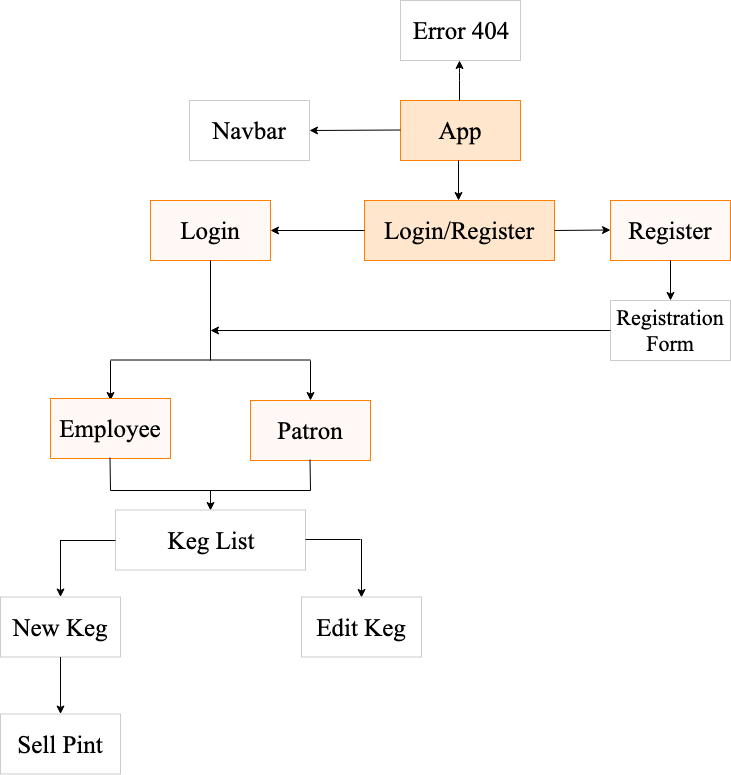
svitlanaf/React-Taproom keeps this draw.io diagram as app_components_structure.png. Above is the earlier version. Source tidied: cells renumbered, new cells last; positions are measured from the earlier drawing's top-left corner, leaving out a move shared by most shapes.
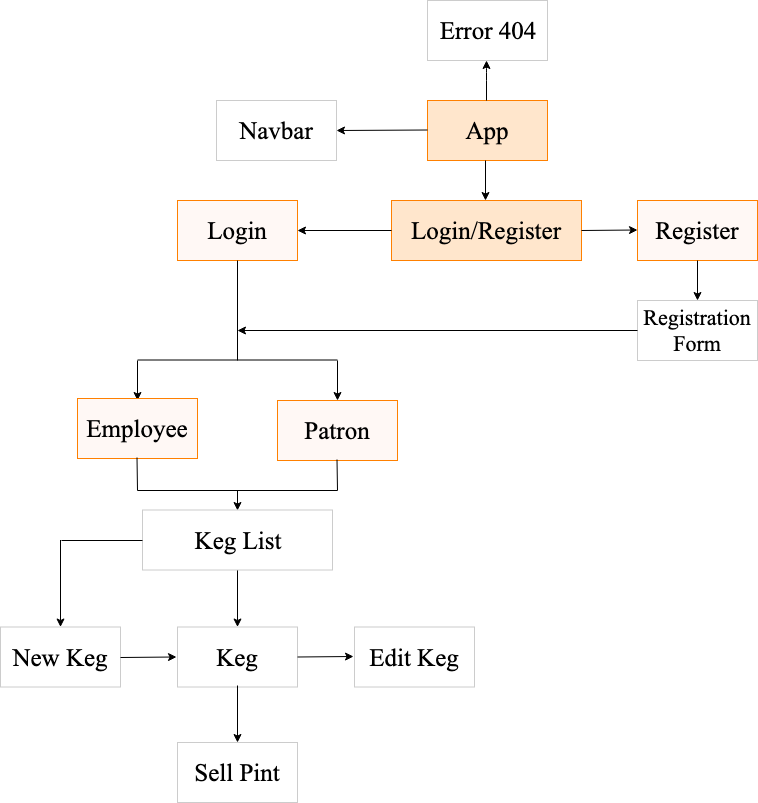
Above is the later version.

Commit message:
Add keg component, modified components tree

Diff of the diagram source:
```diff
@@ -132,7 +132,7 @@
     </mxCell>
     <mxCell id="25" style="edgeStyle=orthogonalEdgeStyle;rounded=0;jettySize=auto;html=1;" parent="1" edge="1" target="28">
       <mxGeometry relative="1" as="geometry">
-        <mxPoint x="60" y="539.5" as="sourcePoint" />
+        <mxPoint x="210" y="569.5" as="sourcePoint" />
       </mxGeometry>
     </mxCell>
     <mxCell id="26" value="&lt;font face=&quot;Times New Roman&quot;&gt;&lt;span style=&quot;font-size: 25px&quot;&gt;Keg List&lt;/span&gt;&lt;/font&gt;&lt;br&gt;" style="rounded=0;whiteSpace=wrap;html=1;strokeColor=#CCCCCC;" parent="1" vertex="1">
@@ -143,38 +143,44 @@
         <mxPoint x="610" y="229.5" as="targetPoint" />
       </mxGeometry>
     </mxCell>
-    <mxCell id="28" value="&lt;font face=&quot;Times New Roman&quot; style=&quot;font-size: 25px&quot;&gt;New Keg&lt;/font&gt;" style="rounded=0;whiteSpace=wrap;html=1;fillColor=#FFFFFF;strokeColor=#CCCCCC;" parent="1" vertex="1">
-      <mxGeometry y="596.5" width="120" height="60" as="geometry" />
+    <mxCell id="28" value="&lt;font face=&quot;Times New Roman&quot; style=&quot;font-size: 25px&quot;&gt;Keg&lt;/font&gt;" style="rounded=0;whiteSpace=wrap;html=1;fillColor=#FFFFFF;strokeColor=#CCCCCC;" parent="1" vertex="1">
+      <mxGeometry x="150" y="626.5" width="120" height="60" as="geometry" />
     </mxCell>
-    <mxCell id="29" style="endArrow=classic;html=1;entryX=0.5;entryY=0;entryDx=0;entryDy=0;" parent="1" edge="1" target="30">
-      <mxGeometry relative="1" as="geometry">
-        <mxPoint x="361" y="538.5" as="sourcePoint" />
-        <Array as="points">
-          <mxPoint x="361" y="538.5" />
-        </Array>
-      </mxGeometry>
-    </mxCell>
     <mxCell id="30" value="&lt;font face=&quot;Times New Roman&quot; style=&quot;font-size: 25px&quot;&gt;Edit Keg&lt;/font&gt;" style="rounded=0;whiteSpace=wrap;html=1;fillColor=#FFFFFF;strokeColor=#CCCCCC;" parent="1" vertex="1">
-      <mxGeometry x="301" y="596.5" width="120" height="60" as="geometry" />
+      <mxGeometry x="327" y="626.5" width="120" height="60" as="geometry" />
     </mxCell>
     <mxCell id="31" style="endArrow=none;html=1;entryX=0;entryY=0.5;entryDx=0;entryDy=0;" parent="1" edge="1" target="26">
       <mxGeometry relative="1" as="geometry">
-        <mxPoint x="60" y="540" as="sourcePoint" />
+        <mxPoint x="34" y="540" as="sourcePoint" />
       </mxGeometry>
     </mxCell>
-    <mxCell id="32" style="endArrow=none;html=1;entryX=0;entryY=0.5;entryDx=0;entryDy=0;" parent="1" edge="1">
-      <mxGeometry relative="1" as="geometry">
-        <mxPoint x="305" y="539" as="sourcePoint" />
-        <mxPoint x="360" y="539" as="targetPoint" />
-      </mxGeometry>
-    </mxCell>
     <mxCell id="33" style="edgeStyle=orthogonalEdgeStyle;rounded=0;jettySize=auto;html=1;" parent="1" edge="1" target="34">
       <mxGeometry relative="1" as="geometry">
-        <mxPoint x="60" y="656.5" as="sourcePoint" />
+        <mxPoint x="210" y="685" as="sourcePoint" />
       </mxGeometry>
     </mxCell>
     <mxCell id="34" value="&lt;font face=&quot;Times New Roman&quot; style=&quot;font-size: 25px&quot;&gt;Sell Pint&lt;/font&gt;" style="rounded=0;whiteSpace=wrap;html=1;fillColor=#FFFFFF;strokeColor=#CCCCCC;" parent="1" vertex="1">
-      <mxGeometry y="713.5" width="120" height="60" as="geometry" />
+      <mxGeometry x="150" y="742" width="120" height="60" as="geometry" />
     </mxCell>
+    <mxCell id="35" style="endArrow=classic;html=1;exitX=1;exitY=0.5;exitDx=0;exitDy=0;" parent="1" edge="1">
+      <mxGeometry relative="1" as="geometry">
+        <mxPoint x="270" y="656.5" as="sourcePoint" />
+        <mxPoint x="326" y="656" as="targetPoint" />
+      </mxGeometry>
+    </mxCell>
+    <mxCell id="36" style="edgeStyle=orthogonalEdgeStyle;rounded=0;jettySize=auto;html=1;" parent="1" edge="1" target="37">
+      <mxGeometry relative="1" as="geometry">
+        <mxPoint x="33" y="539.5" as="sourcePoint" />
+      </mxGeometry>
+    </mxCell>
+    <mxCell id="37" value="&lt;font face=&quot;Times New Roman&quot; style=&quot;font-size: 25px&quot;&gt;New Keg&lt;/font&gt;" style="rounded=0;whiteSpace=wrap;html=1;fillColor=#FFFFFF;strokeColor=#CCCCCC;" parent="1" vertex="1">
+      <mxGeometry x="-27" y="626.5" width="120" height="60" as="geometry" />
+    </mxCell>
+    <mxCell id="38" style="endArrow=classic;html=1;exitX=1;exitY=0.5;exitDx=0;exitDy=0;" parent="1" edge="1">
+      <mxGeometry relative="1" as="geometry">
+        <mxPoint x="93" y="657" as="sourcePoint" />
+        <mxPoint x="149" y="656.5" as="targetPoint" />
+      </mxGeometry>
+    </mxCell>
   </root>
 </mxGraphModel>
```
